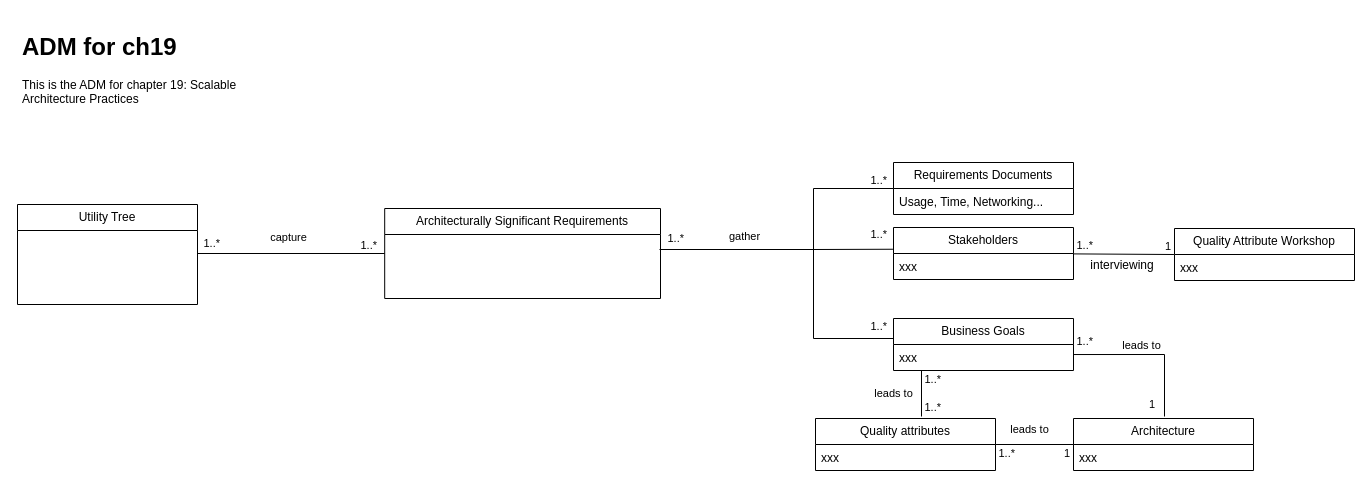
Earlier version of the draw.io diagram Documentation/DomainModel/ch20.drawio (dhruwanga19/4471_Group14_ProjectDocumentation). Source tidied: cells renumbered, new cells numbered last; positions are measured from the earlier drawing's top-left corner, leaving out a move shared by most shapes. Both pictures are drawn from the tidied source at 100%, with x=0, y=0 at pixel (17, 27).
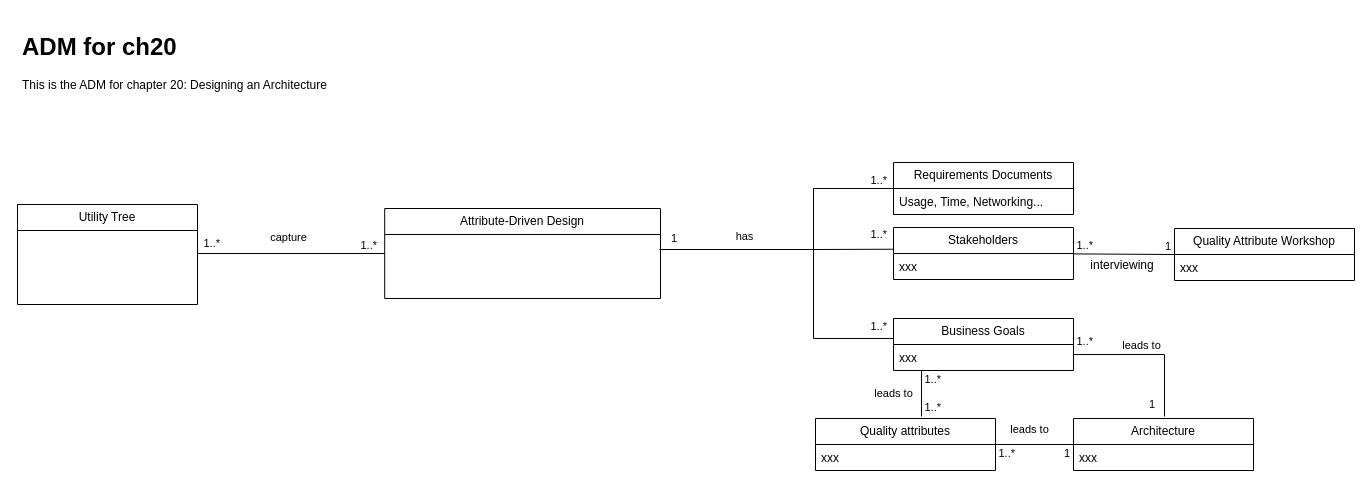
The same diagram, later.

The edit, as a diff of the source:
```diff
@@
-    <mxCell id="2" value="&lt;h1&gt;ADM for ch19&lt;/h1&gt;&lt;p&gt;This is the ADM for chapter 19: Scalable Architecture Practices&lt;/p&gt;" style="text;html=1;strokeColor=none;fillColor=none;spacing=5;spacingTop=-20;whiteSpace=wrap;overflow=hidden;rounded=0;" parent="1" vertex="1">
-      <mxGeometry width="247" height="120" as="geometry" />
+    <mxCell id="2" value="&lt;h1&gt;ADM for ch20&lt;/h1&gt;&lt;p&gt;This is the ADM for chapter 20: Designing an Architecture&lt;/p&gt;" style="text;html=1;strokeColor=none;fillColor=none;spacing=5;spacingTop=-20;whiteSpace=wrap;overflow=hidden;rounded=0;" parent="1" vertex="1">
+      <mxGeometry width="315" height="120" as="geometry" />
     </mxCell>
@@
-    <mxCell id="4" value="Architecturally Significant Requirements" style="swimlane;fontStyle=0;horizontal=1;startSize=26;fillColor=none;whiteSpace=wrap;html=1;" parent="1" vertex="1">
+    <mxCell id="4" value="Attribute-Driven Design" style="swimlane;fontStyle=0;horizontal=1;startSize=26;fillColor=none;whiteSpace=wrap;html=1;" parent="1" vertex="1">
       <mxGeometry x="367.2" y="181" width="275.8" height="90" as="geometry" />
     </mxCell>
@@
-    <mxCell id="15" value="1..*" style="edgeLabel;html=1;align=right;verticalAlign=bottom;" parent="1" vertex="1">
-      <mxGeometry x="667" y="219" as="geometry" />
+    <mxCell id="15" value="1" style="edgeLabel;html=1;align=right;verticalAlign=bottom;" parent="1" vertex="1">
+      <mxGeometry x="660" y="219" as="geometry" />
     </mxCell>
@@
-    <mxCell id="17" value="gather" style="edgeLabel;html=1;align=center;verticalAlign=middle;" parent="1" vertex="1">
+    <mxCell id="17" value="has" style="edgeLabel;html=1;align=center;verticalAlign=middle;" parent="1" vertex="1">
       <mxGeometry x="757" y="150" as="geometry">
         <mxPoint x="-31" y="58" as="offset" />
       </mxGeometry>
     </mxCell>
```
